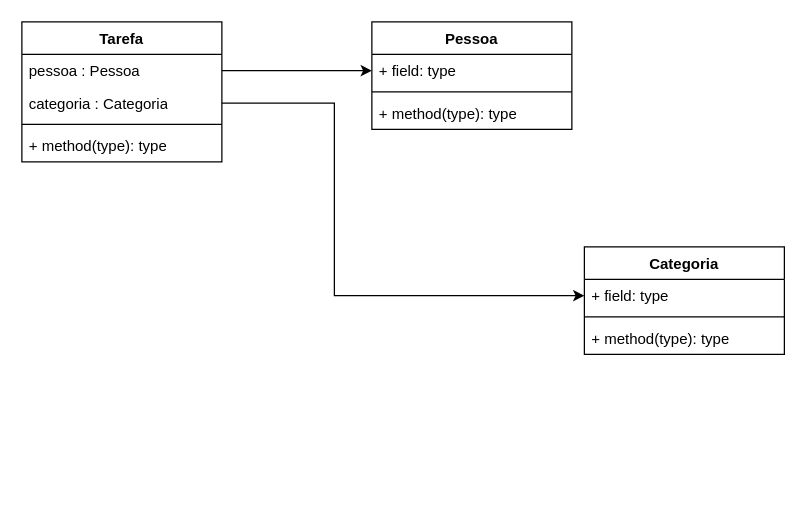
Earlier version of the draw.io diagram documentacao/diagrama de classes.drawio (nicolasbalduino/TesteDrawIo). Source tidied: cells renumbered, new cells numbered last; positions are measured from the earlier drawing's top-left corner, leaving out a move shared by most shapes. Both pictures are drawn from the tidied source at 125%, with x=0, y=0 at pixel (21, 21).
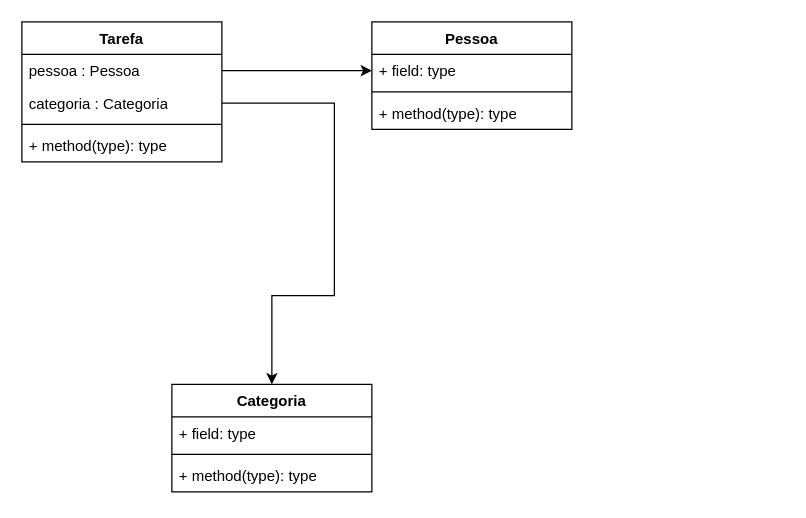
The same diagram, later.

Commit message:
movimentando a classe

The edit, as a diff of the source:
```diff
@@
 <mxGraphModel>
   <root>
     <mxCell id="0" />
     <mxCell id="1" parent="0" />
     <mxCell id="2" value="Tarefa" style="swimlane;fontStyle=1;align=center;verticalAlign=top;horizontal=1;startSize=26;whiteSpace=wrap;html=1;" parent="1" vertex="1">
       <mxGeometry width="160" height="112" as="geometry" />
     </mxCell>
     <mxCell id="3" value="pessoa : Pessoa" style="text;strokeColor=none;fillColor=none;align=left;verticalAlign=top;spacingLeft=4;spacingRight=4;overflow=hidden;points=[[0,0.5],[1,0.5]];portConstraint=eastwest;whiteSpace=wrap;html=1;" parent="2" vertex="1">
       <mxGeometry y="26" width="160" height="26" as="geometry" />
     </mxCell>
     <mxCell id="4" value="categoria : Categoria" style="text;strokeColor=none;fillColor=none;align=left;verticalAlign=top;spacingLeft=4;spacingRight=4;overflow=hidden;points=[[0,0.5],[1,0.5]];portConstraint=eastwest;whiteSpace=wrap;html=1;" parent="2" vertex="1">
       <mxGeometry y="52" width="160" height="26" as="geometry" />
     </mxCell>
     <mxCell id="5" style="line;strokeWidth=1;fillColor=none;align=left;verticalAlign=middle;spacingTop=-1;spacingLeft=3;spacingRight=3;labelPosition=right;strokeColor=inherit;" parent="2" vertex="1">
       <mxGeometry y="78" width="160" height="8" as="geometry" />
     </mxCell>
     <mxCell id="6" value="+ method(type): type" style="text;strokeColor=none;fillColor=none;align=left;verticalAlign=top;spacingLeft=4;spacingRight=4;overflow=hidden;whiteSpace=wrap;html=1;" parent="2" vertex="1">
       <mxGeometry y="86" width="160" height="26" as="geometry" />
     </mxCell>
     <mxCell id="7" value="Pessoa" style="swimlane;fontStyle=1;align=center;verticalAlign=top;horizontal=1;startSize=26;whiteSpace=wrap;html=1;" parent="1" vertex="1">
       <mxGeometry x="280" width="160" height="86" as="geometry" />
     </mxCell>
     <mxCell id="8" value="+ field: type" style="text;strokeColor=none;fillColor=none;align=left;verticalAlign=top;spacingLeft=4;spacingRight=4;overflow=hidden;points=[[0,0.5],[1,0.5]];portConstraint=eastwest;whiteSpace=wrap;html=1;" parent="7" vertex="1">
       <mxGeometry y="26" width="160" height="26" as="geometry" />
     </mxCell>
     <mxCell id="9" style="line;strokeWidth=1;fillColor=none;align=left;verticalAlign=middle;spacingTop=-1;spacingLeft=3;spacingRight=3;labelPosition=right;strokeColor=inherit;" parent="7" vertex="1">
       <mxGeometry y="52" width="160" height="8" as="geometry" />
     </mxCell>
     <mxCell id="10" value="+ method(type): type" style="text;strokeColor=none;fillColor=none;align=left;verticalAlign=top;spacingLeft=4;spacingRight=4;overflow=hidden;whiteSpace=wrap;html=1;" parent="7" vertex="1">
       <mxGeometry y="60" width="160" height="26" as="geometry" />
     </mxCell>
     <mxCell id="11" style="edgeStyle=orthogonalEdgeStyle;rounded=0;jettySize=auto;html=1;exitX=1;exitY=0.5;exitDx=0;exitDy=0;" parent="1" edge="1" source="3" target="8">
       <mxGeometry relative="1" as="geometry" />
     </mxCell>
     <mxCell id="12" value="Categoria" style="swimlane;fontStyle=1;align=center;verticalAlign=top;horizontal=1;startSize=26;whiteSpace=wrap;html=1;" parent="1" vertex="1">
-      <mxGeometry x="450" y="180" width="160" height="86" as="geometry" />
+      <mxGeometry x="120" y="290" width="160" height="86" as="geometry" />
     </mxCell>
     <mxCell id="13" value="+ field: type" style="text;strokeColor=none;fillColor=none;align=left;verticalAlign=top;spacingLeft=4;spacingRight=4;overflow=hidden;points=[[0,0.5],[1,0.5]];portConstraint=eastwest;whiteSpace=wrap;html=1;" parent="12" vertex="1">
       <mxGeometry y="26" width="160" height="26" as="geometry" />
     </mxCell>
     <mxCell id="14" style="line;strokeWidth=1;fillColor=none;align=left;verticalAlign=middle;spacingTop=-1;spacingLeft=3;spacingRight=3;labelPosition=right;strokeColor=inherit;" parent="12" vertex="1">
       <mxGeometry y="52" width="160" height="8" as="geometry" />
     </mxCell>
     <mxCell id="15" value="+ method(type): type" style="text;strokeColor=none;fillColor=none;align=left;verticalAlign=top;spacingLeft=4;spacingRight=4;overflow=hidden;whiteSpace=wrap;html=1;" parent="12" vertex="1">
       <mxGeometry y="60" width="160" height="26" as="geometry" />
     </mxCell>
-    <mxCell id="16" style="edgeStyle=orthogonalEdgeStyle;rounded=0;jettySize=auto;html=1;exitX=1;exitY=0.5;exitDx=0;exitDy=0;entryX=0;entryY=0.5;entryDx=0;entryDy=0;" parent="1" edge="1" source="4" target="13">
+    <mxCell id="16" style="edgeStyle=orthogonalEdgeStyle;rounded=0;jettySize=auto;html=1;exitX=1;exitY=0.5;exitDx=0;exitDy=0;entryX=0.5;entryY=0;entryDx=0;entryDy=0;" parent="1" edge="1" source="4" target="12">
       <mxGeometry relative="1" as="geometry">
         <Array as="points">
           <mxPoint x="250" y="65" />
           <mxPoint x="250" y="219" />
+          <mxPoint x="200" y="219" />
         </Array>
       </mxGeometry>
     </mxCell>
   </root>
 </mxGraphModel>
```
